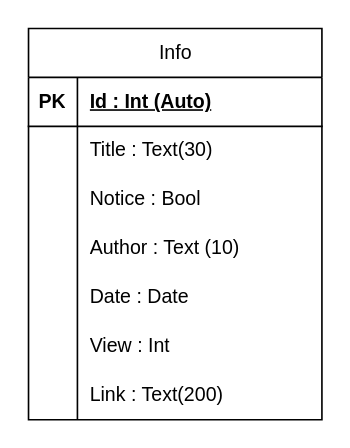
Earlier version of the draw.io diagram database.drawio (creepereye1204/info_reels). Source tidied: cells renumbered, new cells numbered last; positions are measured from the earlier drawing's top-left corner, leaving out a move shared by most shapes. Both pictures are drawn from the tidied source at 163%, with x=0, y=0 at pixel (28, 28).
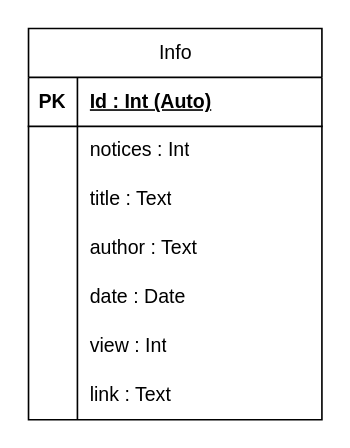
The same page after the edit.

Unchanged cells that the change refers to:
```xml
<mxCell id="6" style="shape=tableRow;horizontal=0;startSize=0;swimlaneHead=0;swimlaneBody=0;fillColor=none;top=0;left=0;right=0;bottom=0;" parent="2" vertex="1">
  <mxGeometry y="60" width="180" height="30" as="geometry" />
</mxCell>
<mxCell id="9" style="shape=tableRow;horizontal=0;startSize=0;swimlaneHead=0;swimlaneBody=0;fillColor=none;top=0;left=0;right=0;bottom=0;" parent="2" vertex="1">
  <mxGeometry y="90" width="180" height="30" as="geometry" />
</mxCell>
<mxCell id="12" style="shape=tableRow;horizontal=0;startSize=0;swimlaneHead=0;swimlaneBody=0;fillColor=none;top=0;left=0;right=0;bottom=0;" parent="2" vertex="1">
  <mxGeometry y="120" width="180" height="30" as="geometry" />
</mxCell>
<mxCell id="15" style="shape=tableRow;horizontal=0;startSize=0;swimlaneHead=0;swimlaneBody=0;fillColor=none;top=0;left=0;right=0;bottom=0;" parent="2" vertex="1">
  <mxGeometry y="150" width="180" height="30" as="geometry" />
</mxCell>
<mxCell id="18" style="shape=tableRow;horizontal=0;startSize=0;swimlaneHead=0;swimlaneBody=0;fillColor=none;top=0;left=0;right=0;bottom=0;" parent="2" vertex="1">
  <mxGeometry y="180" width="180" height="30" as="geometry" />
</mxCell>
<mxCell id="21" style="shape=tableRow;horizontal=0;startSize=0;swimlaneHead=0;swimlaneBody=0;fillColor=none;top=0;left=0;right=0;bottom=0;" parent="2" vertex="1">
  <mxGeometry y="210" width="180" height="30" as="geometry" />
</mxCell>
```

What changed in the source:
```diff
@@
-    <mxCell id="8" value="Title : Text(30)" style="shape=partialRectangle;fillColor=none;top=0;left=0;bottom=0;right=0;align=left;spacingLeft=6;overflow=hidden;whiteSpace=wrap;html=1;" parent="6" vertex="1">
+    <mxCell id="8" value="notices : Int" style="shape=partialRectangle;fillColor=none;top=0;left=0;bottom=0;right=0;align=left;spacingLeft=6;overflow=hidden;whiteSpace=wrap;html=1;" parent="6" vertex="1">
       <mxGeometry x="30" width="150" height="30" as="geometry" />
     </mxCell>
@@
-    <mxCell id="11" value="Notice : Bool" style="shape=partialRectangle;fillColor=none;top=0;left=0;bottom=0;right=0;align=left;spacingLeft=6;overflow=hidden;whiteSpace=wrap;html=1;" parent="9" vertex="1">
+    <mxCell id="11" value="title : Text" style="shape=partialRectangle;fillColor=none;top=0;left=0;bottom=0;right=0;align=left;spacingLeft=6;overflow=hidden;whiteSpace=wrap;html=1;" parent="9" vertex="1">
       <mxGeometry x="30" width="150" height="30" as="geometry" />
     </mxCell>
@@
-    <mxCell id="14" value="Author : Text (10)" style="shape=partialRectangle;fillColor=none;top=0;left=0;bottom=0;right=0;align=left;spacingLeft=6;overflow=hidden;whiteSpace=wrap;html=1;" parent="12" vertex="1">
+    <mxCell id="14" value="author : Text" style="shape=partialRectangle;fillColor=none;top=0;left=0;bottom=0;right=0;align=left;spacingLeft=6;overflow=hidden;whiteSpace=wrap;html=1;" parent="12" vertex="1">
       <mxGeometry x="30" width="150" height="30" as="geometry" />
     </mxCell>
@@
-    <mxCell id="17" value="Date : Date" style="shape=partialRectangle;fillColor=none;top=0;left=0;bottom=0;right=0;align=left;spacingLeft=6;overflow=hidden;whiteSpace=wrap;html=1;" parent="15" vertex="1">
+    <mxCell id="17" value="date : Date" style="shape=partialRectangle;fillColor=none;top=0;left=0;bottom=0;right=0;align=left;spacingLeft=6;overflow=hidden;whiteSpace=wrap;html=1;" parent="15" vertex="1">
       <mxGeometry x="30" width="150" height="30" as="geometry" />
     </mxCell>
@@
-    <mxCell id="20" value="View : Int" style="shape=partialRectangle;fillColor=none;top=0;left=0;bottom=0;right=0;align=left;spacingLeft=6;overflow=hidden;whiteSpace=wrap;html=1;" parent="18" vertex="1">
+    <mxCell id="20" value="view : Int" style="shape=partialRectangle;fillColor=none;top=0;left=0;bottom=0;right=0;align=left;spacingLeft=6;overflow=hidden;whiteSpace=wrap;html=1;" parent="18" vertex="1">
       <mxGeometry x="30" width="150" height="30" as="geometry" />
     </mxCell>
@@
-    <mxCell id="23" value="Link : Text(200)" style="shape=partialRectangle;fillColor=none;top=0;left=0;bottom=0;right=0;align=left;spacingLeft=6;overflow=hidden;whiteSpace=wrap;html=1;" parent="21" vertex="1">
+    <mxCell id="23" value="link : Text" style="shape=partialRectangle;fillColor=none;top=0;left=0;bottom=0;right=0;align=left;spacingLeft=6;overflow=hidden;whiteSpace=wrap;html=1;" parent="21" vertex="1">
       <mxGeometry x="30" width="150" height="30" as="geometry" />
     </mxCell>
```
